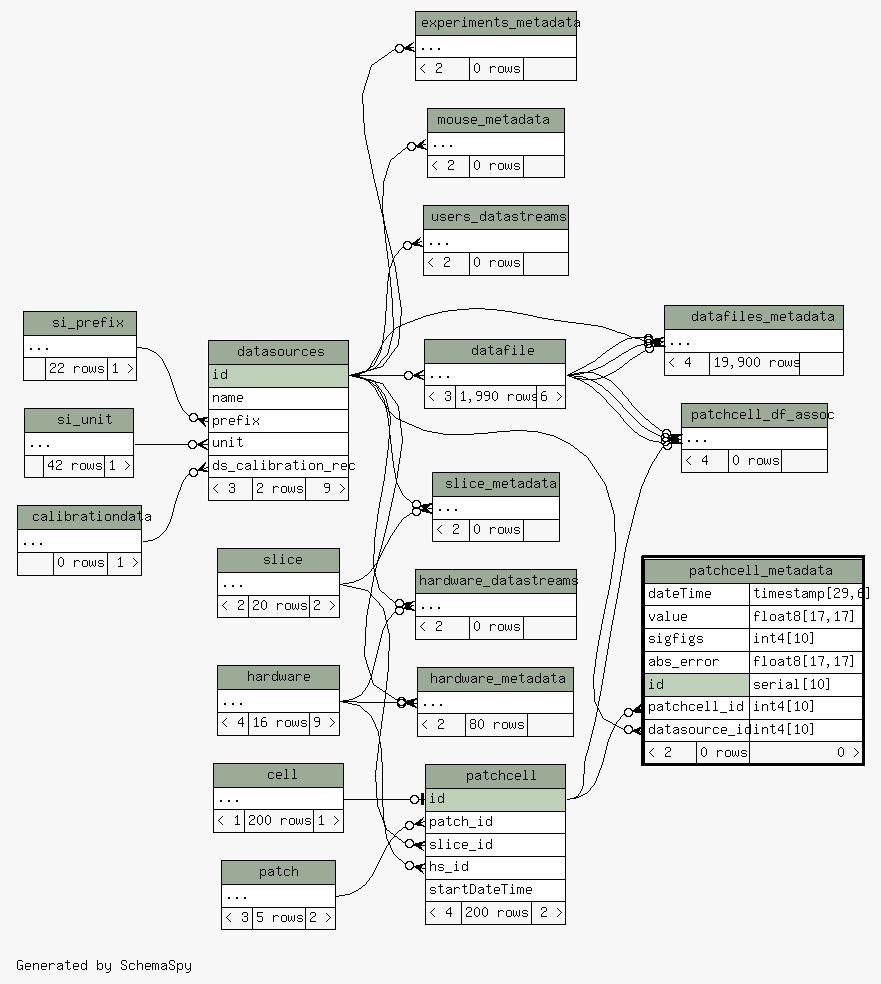
tgbugs/mlab keeps this Graphviz diagram as database/ss/diagrams/patchcell_metadata.2degrees.png. Above is the earlier version. Its source is kept beside it as database/ss/diagrams/patchcell_metadata.2degrees.dot.
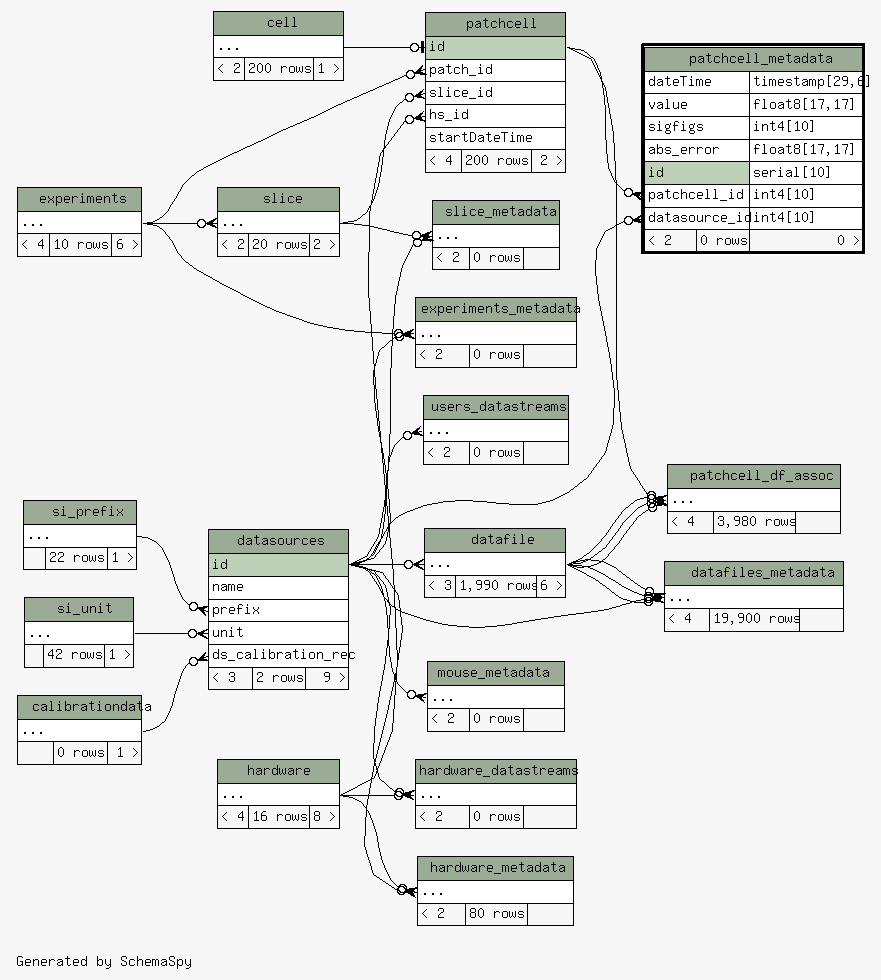
After the change.

Change to the diagram source:
```diff
@@ -26,6 +26,7 @@
   "datasources":"prefix":w -> "si_prefix":"elipses":e [arrowhead=none dir=back arrowtail=crowodot];
   "datasources":"unit":w -> "si_unit":"elipses":e [arrowhead=none dir=back arrowtail=crowodot];
   "experiments_metadata":"elipses":w -> "datasources":"id":e [arrowhead=none dir=back arrowtail=crowodot];
+  "experiments_metadata":"elipses":w -> "experiments":"elipses":e [arrowhead=none dir=back arrowtail=crowodot];
   "hardware_datastreams":"elipses":w -> "datasources":"id":e [arrowhead=none dir=back arrowtail=crowodot];
   "hardware_datastreams":"elipses":w -> "hardware":"elipses":e [arrowhead=none dir=back arrowtail=crowodot];
   "hardware_metadata":"elipses":w -> "datasources":"id":e [arrowhead=none dir=back arrowtail=crowodot];
@@ -33,7 +34,7 @@
   "mouse_metadata":"elipses":w -> "datasources":"id":e [arrowhead=none dir=back arrowtail=crowodot];
   "patchcell":"hs_id":w -> "hardware":"elipses":e [arrowhead=none dir=back arrowtail=crowodot];
   "patchcell":"id":w -> "cell":"elipses":e [arrowhead=none dir=back arrowtail=teeodot];
-  "patchcell":"patch_id":w -> "patch":"elipses":e [arrowhead=none dir=back arrowtail=crowodot];
+  "patchcell":"patch_id":w -> "experiments":"elipses":e [arrowhead=none dir=back arrowtail=crowodot];
   "patchcell":"slice_id":w -> "slice":"elipses":e [arrowhead=none dir=back arrowtail=crowodot];
   "patchcell_df_assoc":"elipses":w -> "datafile":"elipses":e [arrowhead=none dir=back arrowtail=crowodot];
   "patchcell_df_assoc":"elipses":w -> "datafile":"elipses":e [arrowhead=none dir=back arrowtail=crowodot];
@@ -41,6 +42,7 @@
   "patchcell_df_assoc":"elipses":w -> "patchcell":"id":e [arrowhead=none dir=back arrowtail=crowodot];
   "patchcell_metadata":"datasource_id":w -> "datasources":"id":e [arrowhead=none dir=back arrowtail=crowodot];
   "patchcell_metadata":"patchcell_id":w -> "patchcell":"id":e [arrowhead=none dir=back arrowtail=crowodot];
+  "slice":"elipses":w -> "experiments":"elipses":e [arrowhead=none dir=back arrowtail=crowodot];
   "slice_metadata":"elipses":w -> "datasources":"id":e [arrowhead=none dir=back arrowtail=crowodot];
   "slice_metadata":"elipses":w -> "slice":"elipses":e [arrowhead=none dir=back arrowtail=crowodot];
   "users_datastreams":"elipses":w -> "datasources":"id":e [arrowhead=none dir=back arrowtail=crowodot];
@@ -59,7 +61,7 @@
     <TABLE BORDER="0" CELLBORDER="1" CELLSPACING="0" BGCOLOR="#ffffff">
       <TR><TD COLSPAN="3" BGCOLOR="#9bab96" ALIGN="CENTER">cell</TD></TR>
       <TR><TD PORT="elipses" COLSPAN="3" ALIGN="LEFT">...</TD></TR>
-      <TR><TD ALIGN="LEFT" BGCOLOR="#f7f7f7">&lt; 1</TD><TD ALIGN="RIGHT" BGCOLOR="#f7f7f7">200 rows</TD><TD ALIGN="RIGHT" BGCOLOR="#f7f7f7">1 &gt;</TD></TR>
+      <TR><TD ALIGN="LEFT" BGCOLOR="#f7f7f7">&lt; 2</TD><TD ALIGN="RIGHT" BGCOLOR="#f7f7f7">200 rows</TD><TD ALIGN="RIGHT" BGCOLOR="#f7f7f7">1 &gt;</TD></TR>
     </TABLE>>
     URL="cell.html"
     tooltip="cell"
@@ -98,6 +100,16 @@
     URL="datasources.html"
     tooltip="datasources"
   ];
+  "experiments" [
+    label=<
+    <TABLE BORDER="0" CELLBORDER="1" CELLSPACING="0" BGCOLOR="#ffffff">
+      <TR><TD COLSPAN="3" BGCOLOR="#9bab96" ALIGN="CENTER">experiments</TD></TR>
+      <TR><TD PORT="elipses" COLSPAN="3" ALIGN="LEFT">...</TD></TR>
+      <TR><TD ALIGN="LEFT" BGCOLOR="#f7f7f7">&lt; 4</TD><TD ALIGN="RIGHT" BGCOLOR="#f7f7f7">10 rows</TD><TD ALIGN="RIGHT" BGCOLOR="#f7f7f7">6 &gt;</TD></TR>
+    </TABLE>>
+    URL="experiments.html"
+    tooltip="experiments"
+  ];
   "experiments_metadata" [
     label=<
     <TABLE BORDER="0" CELLBORDER="1" CELLSPACING="0" BGCOLOR="#ffffff">
@@ -113,7 +125,7 @@
     <TABLE BORDER="0" CELLBORDER="1" CELLSPACING="0" BGCOLOR="#ffffff">
       <TR><TD COLSPAN="3" BGCOLOR="#9bab96" ALIGN="CENTER">hardware</TD></TR>
       <TR><TD PORT="elipses" COLSPAN="3" ALIGN="LEFT">...</TD></TR>
-      <TR><TD ALIGN="LEFT" BGCOLOR="#f7f7f7">&lt; 4</TD><TD ALIGN="RIGHT" BGCOLOR="#f7f7f7">16 rows</TD><TD ALIGN="RIGHT" BGCOLOR="#f7f7f7">9 &gt;</TD></TR>
+      <TR><TD ALIGN="LEFT" BGCOLOR="#f7f7f7">&lt; 4</TD><TD ALIGN="RIGHT" BGCOLOR="#f7f7f7">16 rows</TD><TD ALIGN="RIGHT" BGCOLOR="#f7f7f7">8 &gt;</TD></TR>
     </TABLE>>
     URL="hardware.html"
     tooltip="hardware"
@@ -148,16 +160,6 @@
     URL="mouse_metadata.html"
     tooltip="mouse_metadata"
   ];
-  "patch" [
-    label=<
-    <TABLE BORDER="0" CELLBORDER="1" CELLSPACING="0" BGCOLOR="#ffffff">
-      <TR><TD COLSPAN="3" BGCOLOR="#9bab96" ALIGN="CENTER">patch</TD></TR>
-      <TR><TD PORT="elipses" COLSPAN="3" ALIGN="LEFT">...</TD></TR>
-      <TR><TD ALIGN="LEFT" BGCOLOR="#f7f7f7">&lt; 3</TD><TD ALIGN="RIGHT" BGCOLOR="#f7f7f7">5 rows</TD><TD ALIGN="RIGHT" BGCOLOR="#f7f7f7">2 &gt;</TD></TR>
-    </TABLE>>
-    URL="patch.html"
-    tooltip="patch"
-  ];
   "patchcell" [
     label=<
     <TABLE BORDER="0" CELLBORDER="1" CELLSPACING="0" BGCOLOR="#ffffff">
@@ -177,7 +179,7 @@
     <TABLE BORDER="0" CELLBORDER="1" CELLSPACING="0" BGCOLOR="#ffffff">
       <TR><TD COLSPAN="3" BGCOLOR="#9bab96" ALIGN="CENTER">patchcell_df_assoc</TD></TR>
       <TR><TD PORT="elipses" COLSPAN="3" ALIGN="LEFT">...</TD></TR>
-      <TR><TD ALIGN="LEFT" BGCOLOR="#f7f7f7">&lt; 4</TD><TD ALIGN="RIGHT" BGCOLOR="#f7f7f7">0 rows</TD><TD ALIGN="RIGHT" BGCOLOR="#f7f7f7">  </TD></TR>
+      <TR><TD ALIGN="LEFT" BGCOLOR="#f7f7f7">&lt; 4</TD><TD ALIGN="RIGHT" BGCOLOR="#f7f7f7">3,980 rows</TD><TD ALIGN="RIGHT" BGCOLOR="#f7f7f7">  </TD></TR>
     </TABLE>>
     URL="patchcell_df_assoc.html"
     tooltip="patchcell_df_assoc"
```
